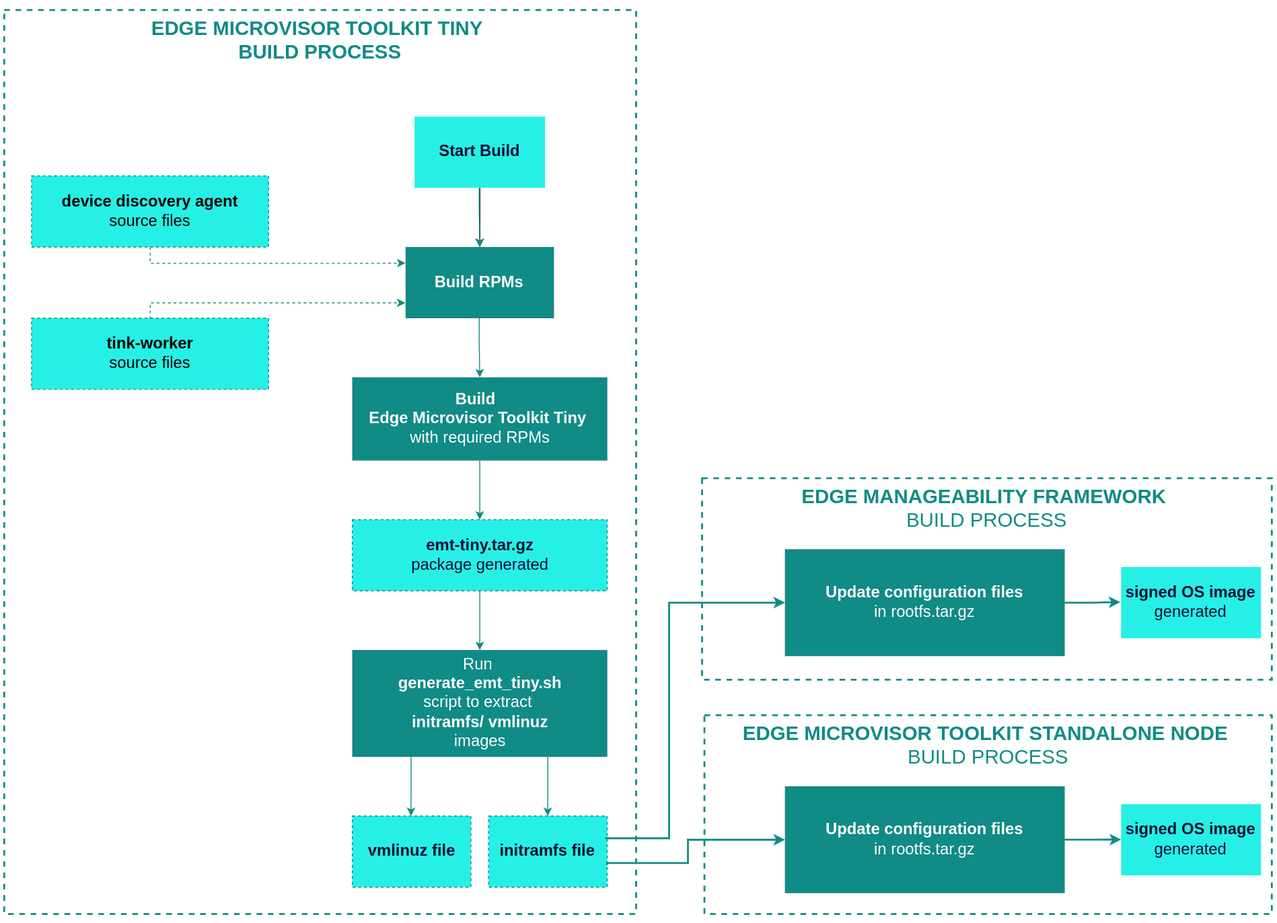
The draw.io diagram docs/developer-guide/assets/emf-emt-s-build-workflow.drawio.svg in open-edge-platform/edge-microvisor-toolkit, before a commit. Source tidied: cells renumbered, new cells last; positions are measured from the earlier drawing's top-left corner, leaving out a move shared by most shapes.
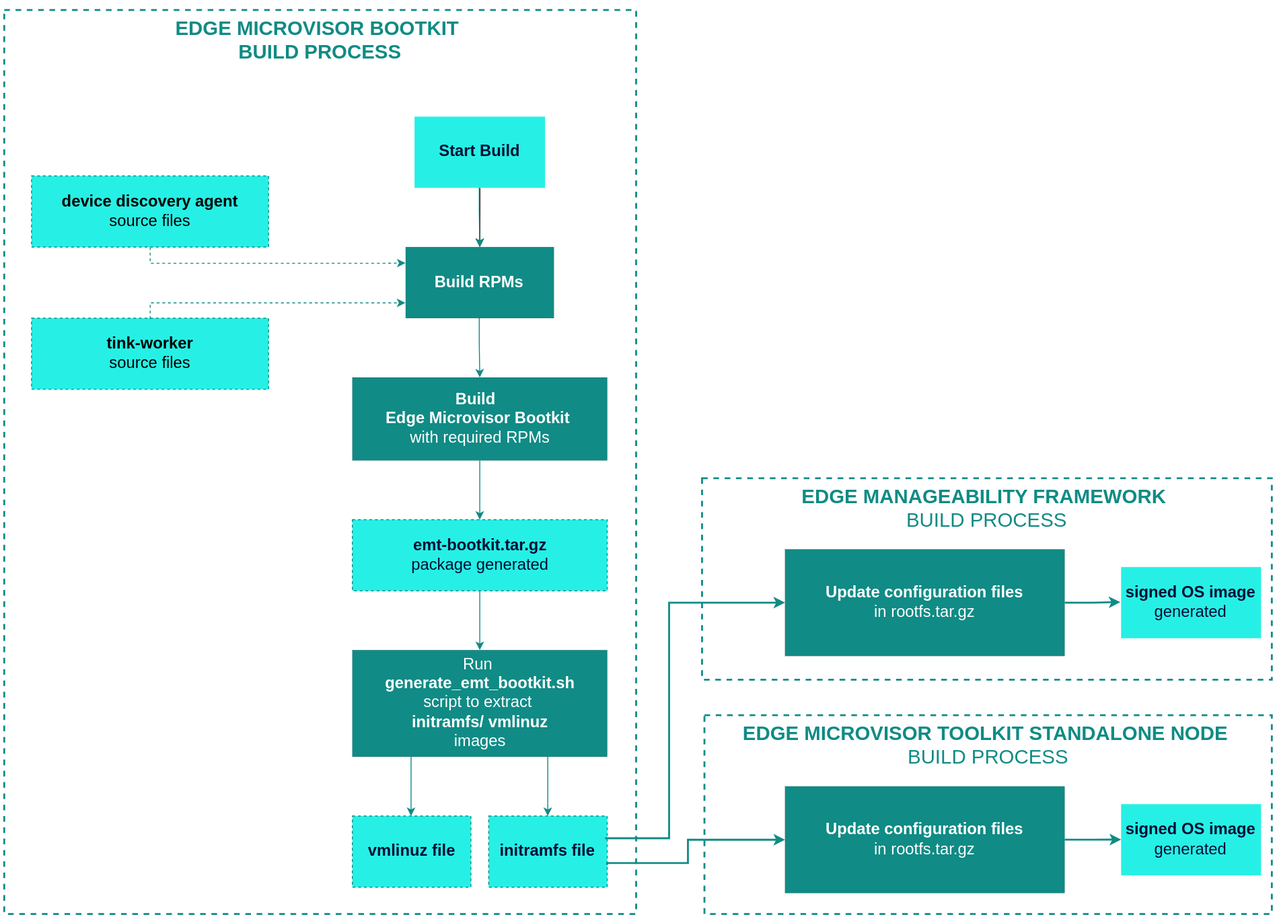
The same file after the commit.

Commit message:
[DOCS] Refactoring EMT Tiny to Edge Microvisor Bootkit. (#289)

* Refactoring EMT-Tiny to Edge Microvisor Bootkit

* Refactoring EMT Micro OS to Edge Microvisor Bootkit

Diff of the diagram source:
```diff
@@ -11,7 +11,7 @@
     <mxCell id="4" value="&lt;div&gt;&lt;b&gt;&lt;font style=&quot;font-size: 21px;&quot;&gt;EDGE MANAGEABILITY FRAMEWORK&amp;nbsp;&lt;/font&gt;&lt;/b&gt;&lt;/div&gt;&lt;div&gt;&lt;font style=&quot;font-size: 21px;&quot;&gt;BUILD PROCESS&lt;/font&gt;&lt;/div&gt;" style="rounded=0;whiteSpace=wrap;html=1;strokeColor=#108B85;align=center;verticalAlign=top;fontFamily=Helvetica;fontSize=12;fontColor=#108B85;fillColor=none;labelBackgroundColor=none;strokeWidth=2;dashed=1;" parent="1" vertex="1">
       <mxGeometry x="745" y="507.2" width="605" height="214" as="geometry" />
     </mxCell>
-    <mxCell id="5" value="&lt;div&gt;&lt;font style=&quot;font-size: 21px; color: rgb(16, 139, 133);&quot;&gt;&lt;b style=&quot;&quot;&gt;EDGE MICROVISOR TOOLKIT TINY&amp;nbsp;&lt;/b&gt;&lt;/font&gt;&lt;/div&gt;&lt;div&gt;&lt;font style=&quot;font-size: 21px; color: rgb(16, 139, 133);&quot;&gt;&lt;b style=&quot;&quot;&gt;BUILD PROCESS&lt;/b&gt;&lt;/font&gt;&lt;/div&gt;" style="rounded=0;whiteSpace=wrap;html=1;strokeColor=#108B85;align=center;verticalAlign=top;fontFamily=Helvetica;fontSize=12;fontColor=#108B85;fillColor=none;labelBackgroundColor=none;strokeWidth=2;dashed=1;" parent="1" vertex="1">
+    <mxCell id="5" value="&lt;div&gt;&lt;font style=&quot;font-size: 21px; color: rgb(16, 139, 133);&quot;&gt;&lt;b style=&quot;&quot;&gt;EDGE MICROVISOR BOOTKIT&amp;nbsp;&lt;/b&gt;&lt;/font&gt;&lt;/div&gt;&lt;div&gt;&lt;font style=&quot;font-size: 21px; color: rgb(16, 139, 133);&quot;&gt;&lt;b style=&quot;&quot;&gt;BUILD PROCESS&lt;/b&gt;&lt;/font&gt;&lt;/div&gt;" style="rounded=0;whiteSpace=wrap;html=1;strokeColor=#108B85;align=center;verticalAlign=top;fontFamily=Helvetica;fontSize=12;fontColor=#108B85;fillColor=none;labelBackgroundColor=none;strokeWidth=2;dashed=1;" parent="1" vertex="1">
       <mxGeometry x="4" y="10" width="671" height="960" as="geometry" />
     </mxCell>
     <mxCell id="6" style="edgeStyle=orthogonalEdgeStyle;rounded=0;jettySize=auto;html=1;" parent="1" edge="1" source="7" target="8">
@@ -23,7 +23,7 @@
     <mxCell id="8" value="&lt;div&gt;&lt;b&gt;&lt;font style=&quot;font-size: 17px;&quot;&gt;Build RPMs&lt;/font&gt;&lt;/b&gt;&lt;/div&gt;" style="rounded=0;whiteSpace=wrap;html=1;strokeColor=default;strokeWidth=0;align=center;verticalAlign=middle;fontFamily=Helvetica;fontSize=14;fontColor=#FFFFFF;labelBackgroundColor=none;fillColor=#108B85;" parent="1" vertex="1">
       <mxGeometry x="430.3" y="261.8" width="157.4" height="75.5" as="geometry" />
     </mxCell>
-    <mxCell id="9" value="&lt;font style=&quot;font-size: 17px;&quot;&gt;&lt;b&gt;Build&lt;/b&gt;&amp;nbsp;&amp;nbsp;&lt;br&gt;&lt;b&gt;Edge Microvisor Toolkit Tiny&lt;/b&gt;&lt;b style=&quot;background-color: transparent; color: light-dark(rgb(255, 255, 255), rgb(18, 18, 18));&quot;&gt;&amp;nbsp;&lt;/b&gt;&lt;/font&gt;&lt;div&gt;&lt;font style=&quot;font-size: 17px;&quot;&gt;&lt;span style=&quot;background-color: transparent; color: light-dark(rgb(255, 255, 255), rgb(18, 18, 18));&quot;&gt;with required&amp;nbsp;&lt;/span&gt;&lt;/font&gt;&lt;span style=&quot;background-color: transparent; color: light-dark(rgb(255, 255, 255), rgb(18, 18, 18));&quot;&gt;&lt;font style=&quot;font-size: 17px;&quot;&gt;RPMs&lt;/font&gt;&lt;/span&gt;&lt;/div&gt;" style="rounded=0;whiteSpace=wrap;html=1;strokeColor=default;strokeWidth=0;align=center;verticalAlign=middle;fontFamily=Helvetica;fontSize=14;fontColor=#FFFFFF;labelBackgroundColor=none;fillColor=#108B85;" parent="1" vertex="1">
+    <mxCell id="9" value="&lt;font style=&quot;font-size: 17px;&quot;&gt;&lt;b&gt;Build&lt;/b&gt;&amp;nbsp;&amp;nbsp;&lt;br&gt;&lt;b&gt;Edge Microvisor Bootkit&lt;/b&gt;&lt;b style=&quot;background-color: transparent; color: light-dark(rgb(255, 255, 255), rgb(18, 18, 18));&quot;&gt;&amp;nbsp;&lt;/b&gt;&lt;/font&gt;&lt;div&gt;&lt;font style=&quot;font-size: 17px;&quot;&gt;&lt;span style=&quot;background-color: transparent; color: light-dark(rgb(255, 255, 255), rgb(18, 18, 18));&quot;&gt;with required&amp;nbsp;&lt;/span&gt;&lt;/font&gt;&lt;span style=&quot;background-color: transparent; color: light-dark(rgb(255, 255, 255), rgb(18, 18, 18));&quot;&gt;&lt;font style=&quot;font-size: 17px;&quot;&gt;RPMs&lt;/font&gt;&lt;/span&gt;&lt;/div&gt;" style="rounded=0;whiteSpace=wrap;html=1;strokeColor=default;strokeWidth=0;align=center;verticalAlign=middle;fontFamily=Helvetica;fontSize=14;fontColor=#FFFFFF;labelBackgroundColor=none;fillColor=#108B85;" parent="1" vertex="1">
       <mxGeometry x="373.6" y="400.2" width="270.6" height="88.1" as="geometry" />
     </mxCell>
     <mxCell id="10" style="edgeStyle=orthogonalEdgeStyle;rounded=0;jettySize=auto;html=1;fontFamily=Helvetica;fontSize=11;fontColor=#FFFFFF;strokeColor=#108B85;align=center;verticalAlign=middle;labelBackgroundColor=#108B85;endArrow=classic;exitX=0.5;exitY=1;exitDx=0;exitDy=0;entryX=0.5;entryY=0;entryDx=0;entryDy=0;" parent="1" edge="1" target="8">
@@ -43,10 +43,10 @@
         </Array>
       </mxGeometry>
     </mxCell>
-    <mxCell id="12" value="&lt;font style=&quot;font-size: 17px;&quot;&gt;Run&amp;nbsp;&lt;/font&gt;&lt;div&gt;&lt;b style=&quot;background-color: transparent; color: light-dark(rgb(255, 255, 255), rgb(18, 18, 18));&quot;&gt;&lt;font style=&quot;font-size: 17px;&quot;&gt;generate_emt_tiny.sh&lt;/font&gt;&lt;/b&gt;&lt;div&gt;&lt;font style=&quot;font-size: 17px;&quot;&gt;script to&amp;nbsp;&lt;span style=&quot;background-color: transparent; color: light-dark(rgb(255, 255, 255), rgb(18, 18, 18));&quot;&gt;extract&amp;nbsp;&lt;/span&gt;&lt;/font&gt;&lt;/div&gt;&lt;div&gt;&lt;b style=&quot;background-color: transparent; color: light-dark(rgb(255, 255, 255), rgb(18, 18, 18));&quot;&gt;&lt;font style=&quot;font-size: 17px;&quot;&gt;initramfs/ vmlinuz&lt;/font&gt;&lt;/b&gt;&lt;/div&gt;&lt;div&gt;&lt;font style=&quot;font-size: 17px;&quot;&gt;images&lt;/font&gt;&lt;/div&gt;&lt;/div&gt;" style="rounded=0;whiteSpace=wrap;html=1;strokeColor=default;strokeWidth=0;align=center;verticalAlign=middle;fontFamily=Helvetica;fontSize=14;fontColor=#FFFFFF;labelBackgroundColor=none;fillColor=#108B85;" parent="1" vertex="1">
+    <mxCell id="12" value="&lt;font style=&quot;font-size: 17px;&quot;&gt;Run&amp;nbsp;&lt;/font&gt;&lt;div&gt;&lt;b style=&quot;background-color: transparent; color: light-dark(rgb(255, 255, 255), rgb(18, 18, 18));&quot;&gt;&lt;font style=&quot;font-size: 17px;&quot;&gt;generate_emt_bootkit.sh&lt;/font&gt;&lt;/b&gt;&lt;div&gt;&lt;font style=&quot;font-size: 17px;&quot;&gt;script to&amp;nbsp;&lt;span style=&quot;background-color: transparent; color: light-dark(rgb(255, 255, 255), rgb(18, 18, 18));&quot;&gt;extract&amp;nbsp;&lt;/span&gt;&lt;/font&gt;&lt;/div&gt;&lt;div&gt;&lt;b style=&quot;background-color: transparent; color: light-dark(rgb(255, 255, 255), rgb(18, 18, 18));&quot;&gt;&lt;font style=&quot;font-size: 17px;&quot;&gt;initramfs/ vmlinuz&lt;/font&gt;&lt;/b&gt;&lt;/div&gt;&lt;div&gt;&lt;font style=&quot;font-size: 17px;&quot;&gt;images&lt;/font&gt;&lt;/div&gt;&lt;/div&gt;" style="rounded=0;whiteSpace=wrap;html=1;strokeColor=default;strokeWidth=0;align=center;verticalAlign=middle;fontFamily=Helvetica;fontSize=14;fontColor=#FFFFFF;labelBackgroundColor=none;fillColor=#108B85;" parent="1" vertex="1">
       <mxGeometry x="373.6" y="689.8" width="270.6" height="113.3" as="geometry" />
     </mxCell>
-    <mxCell id="13" value="&lt;div&gt;&lt;b&gt;&lt;font style=&quot;font-size: 17px;&quot;&gt;emt-tiny.tar.gz&lt;/font&gt;&lt;/b&gt;&lt;/div&gt;&lt;div&gt;&lt;font style=&quot;font-size: 17px;&quot;&gt;package&amp;nbsp;&lt;span style=&quot;background-color: transparent; color: light-dark(rgb(4, 14, 53), rgb(215, 224, 255));&quot;&gt;generated&lt;/span&gt;&lt;/font&gt;&lt;/div&gt;" style="rounded=0;whiteSpace=wrap;html=1;strokeColor=light-dark(#108B85,#EDEDED);strokeWidth=1;align=center;verticalAlign=middle;fontFamily=Helvetica;fontSize=14;fontColor=#040E35;labelBackgroundColor=none;fillColor=#26F0E5;imageAspect=1;dashed=1;" parent="1" vertex="1">
+    <mxCell id="13" value="&lt;div&gt;&lt;b&gt;&lt;font style=&quot;font-size: 17px;&quot;&gt;emt-bootkit.tar.gz&lt;/font&gt;&lt;/b&gt;&lt;/div&gt;&lt;div&gt;&lt;font style=&quot;font-size: 17px;&quot;&gt;package&amp;nbsp;&lt;span style=&quot;background-color: transparent; color: light-dark(rgb(4, 14, 53), rgb(215, 224, 255));&quot;&gt;generated&lt;/span&gt;&lt;/font&gt;&lt;/div&gt;" style="rounded=0;whiteSpace=wrap;html=1;strokeColor=light-dark(#108B85,#EDEDED);strokeWidth=1;align=center;verticalAlign=middle;fontFamily=Helvetica;fontSize=14;fontColor=#040E35;labelBackgroundColor=none;fillColor=#26F0E5;imageAspect=1;dashed=1;" parent="1" vertex="1">
       <mxGeometry x="373.6" y="551.3" width="270.6" height="75.5" as="geometry" />
     </mxCell>
     <mxCell id="14" value="&lt;b&gt;&lt;font style=&quot;font-size: 17px;&quot;&gt;initramfs file&lt;/font&gt;&lt;/b&gt;" style="rounded=0;whiteSpace=wrap;html=1;strokeColor=light-dark(#108B85,#EDEDED);strokeWidth=1;align=center;verticalAlign=middle;fontFamily=Helvetica;fontSize=14;fontColor=#040E35;labelBackgroundColor=none;fillColor=#26F0E5;dashed=1;" parent="1" vertex="1">
```
